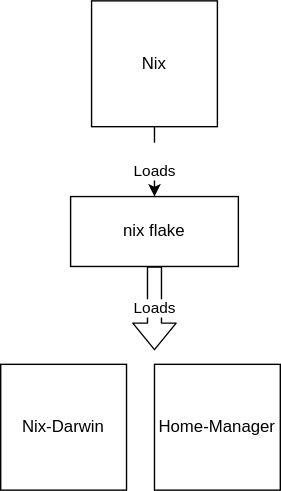
Before: docs/structure.drawio.svg, a diagram exported from draw.io (cschar/dotfiles). Source tidied: cells renumbered, new cells last; positions are measured from the earlier drawing's top-left corner, leaving out a move shared by most shapes. Source of this version:
```xml
<mxGraphModel>
  <root>
    <mxCell id="0" />
    <mxCell id="1" parent="0" />
    <mxCell id="2" value="&lt;br&gt;Loads" style="edgeStyle=none;html=1;entryX=0.5;entryY=0;entryDx=0;entryDy=0;" parent="1" edge="1" source="3" target="5">
      <mxGeometry relative="1" as="geometry" />
    </mxCell>
    <mxCell id="3" value="Nix" style="rounded=0;whiteSpace=wrap;html=1;" parent="1" vertex="1">
      <mxGeometry x="65" width="90" height="90" as="geometry" />
    </mxCell>
    <mxCell id="4" value="Nix-Darwin" style="rounded=0;whiteSpace=wrap;html=1;" parent="1" vertex="1">
      <mxGeometry y="260" width="90" height="90" as="geometry" />
    </mxCell>
    <mxCell id="5" value="nix flake" style="rounded=0;whiteSpace=wrap;html=1;" parent="1" vertex="1">
      <mxGeometry x="50" y="140" width="120" height="50" as="geometry" />
    </mxCell>
    <mxCell id="6" value="Loads" style="shape=flexArrow;endArrow=classic;html=1;exitX=0.5;exitY=1;exitDx=0;exitDy=0;" parent="1" edge="1" source="5">
      <mxGeometry relative="1" as="geometry">
        <mxPoint x="110" y="250" as="targetPoint" />
      </mxGeometry>
    </mxCell>
    <mxCell id="7" value="Home-Manager" style="rounded=0;whiteSpace=wrap;html=1;" parent="1" vertex="1">
      <mxGeometry x="110" y="260" width="90" height="90" as="geometry" />
    </mxCell>
  </root>
</mxGraphModel>
```
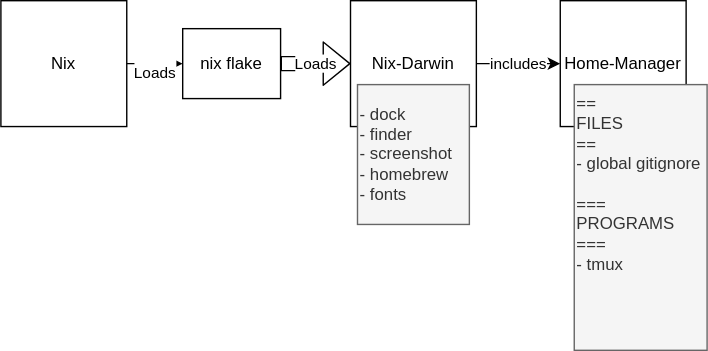
Later version of the same file.

Change to the diagram source:
```diff
@@ -1,26 +1,33 @@
-<mxGraphModel>
+<mxGraphModel background="#ffffff">
   <root>
     <mxCell id="0" />
     <mxCell id="1" parent="0" />
-    <mxCell id="2" value="&lt;br&gt;Loads" style="edgeStyle=none;html=1;entryX=0.5;entryY=0;entryDx=0;entryDy=0;" parent="1" edge="1" source="3" target="5">
+    <mxCell id="2" value="&lt;br&gt;Loads" style="edgeStyle=none;html=1;entryX=0;entryY=0.5;entryDx=0;entryDy=0;" parent="1" edge="1" source="3" target="5">
       <mxGeometry relative="1" as="geometry" />
     </mxCell>
     <mxCell id="3" value="Nix" style="rounded=0;whiteSpace=wrap;html=1;" parent="1" vertex="1">
-      <mxGeometry x="65" width="90" height="90" as="geometry" />
+      <mxGeometry x="-50" y="100" width="90" height="90" as="geometry" />
     </mxCell>
+    <mxCell id="8" value="includes" style="edgeStyle=none;html=1;exitX=1;exitY=0.5;exitDx=0;exitDy=0;entryX=0;entryY=0.5;entryDx=0;entryDy=0;" parent="1" edge="1" source="4" target="7">
+      <mxGeometry relative="1" as="geometry" />
+    </mxCell>
     <mxCell id="4" value="Nix-Darwin" style="rounded=0;whiteSpace=wrap;html=1;" parent="1" vertex="1">
-      <mxGeometry y="260" width="90" height="90" as="geometry" />
+      <mxGeometry x="200" y="100" width="90" height="90" as="geometry" />
     </mxCell>
     <mxCell id="5" value="nix flake" style="rounded=0;whiteSpace=wrap;html=1;" parent="1" vertex="1">
-      <mxGeometry x="50" y="140" width="120" height="50" as="geometry" />
+      <mxGeometry x="80" y="120" width="70" height="50" as="geometry" />
     </mxCell>
-    <mxCell id="6" value="Loads" style="shape=flexArrow;endArrow=classic;html=1;exitX=0.5;exitY=1;exitDx=0;exitDy=0;" parent="1" edge="1" source="5">
-      <mxGeometry relative="1" as="geometry">
-        <mxPoint x="110" y="250" as="targetPoint" />
-      </mxGeometry>
+    <mxCell id="6" value="Loads" style="shape=flexArrow;endArrow=classic;html=1;exitX=1;exitY=0.5;exitDx=0;exitDy=0;entryX=0;entryY=0.5;entryDx=0;entryDy=0;" parent="1" edge="1" source="5" target="4">
+      <mxGeometry relative="1" as="geometry" />
     </mxCell>
     <mxCell id="7" value="Home-Manager" style="rounded=0;whiteSpace=wrap;html=1;" parent="1" vertex="1">
-      <mxGeometry x="110" y="260" width="90" height="90" as="geometry" />
+      <mxGeometry x="350" y="100" width="90" height="90" as="geometry" />
     </mxCell>
+    <mxCell id="9" value="- dock&lt;br&gt;&lt;div style=&quot;&quot;&gt;&lt;span style=&quot;background-color: initial;&quot;&gt;- finder&lt;/span&gt;&lt;/div&gt;&lt;div style=&quot;&quot;&gt;&lt;span style=&quot;background-color: initial;&quot;&gt;- screenshot&lt;/span&gt;&lt;/div&gt;&lt;div style=&quot;&quot;&gt;&lt;span style=&quot;background-color: initial;&quot;&gt;- homebrew&lt;/span&gt;&lt;/div&gt;&lt;div style=&quot;&quot;&gt;- fonts&lt;br&gt;&lt;/div&gt;" style="rounded=0;whiteSpace=wrap;html=1;fillColor=#f5f5f5;fontColor=#333333;strokeColor=#666666;align=left;" parent="1" vertex="1">
+      <mxGeometry x="205" y="160" width="80" height="100" as="geometry" />
+    </mxCell>
+    <mxCell id="10" value="==&lt;br&gt;FILES&lt;br&gt;==&lt;br&gt;- global gitignore&lt;br&gt;&lt;br&gt;===&lt;br&gt;PROGRAMS&lt;br&gt;===&lt;br&gt;- tmux" style="rounded=0;whiteSpace=wrap;html=1;fillColor=#f5f5f5;fontColor=#333333;strokeColor=#666666;align=left;verticalAlign=top;" parent="1" vertex="1">
+      <mxGeometry x="360" y="160" width="95" height="190" as="geometry" />
+    </mxCell>
   </root>
 </mxGraphModel>
```
